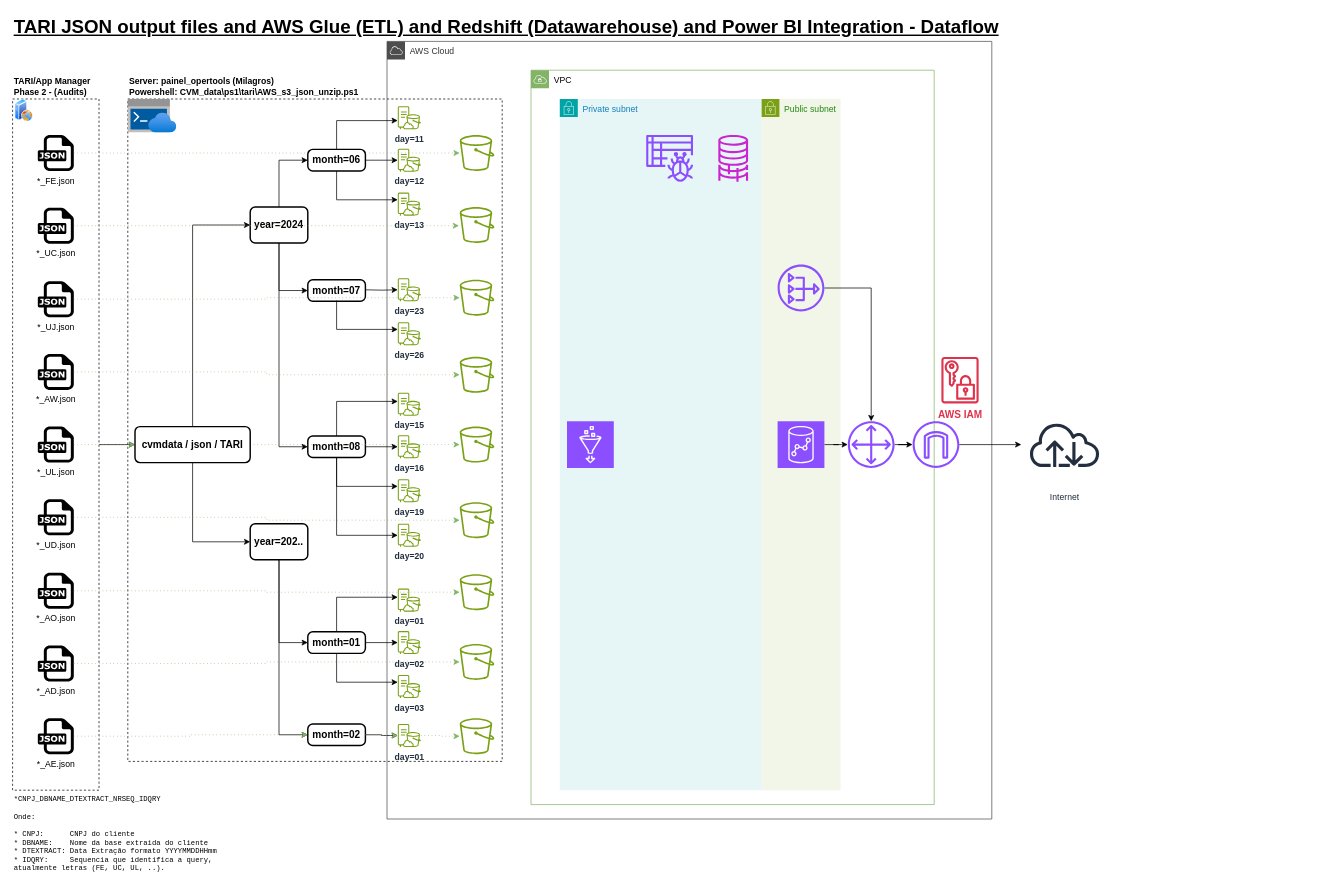
MarcosSoaresUnivali/Univali keeps this draw.io diagram as DATA_python/TARI AWS PBI Integration.drawio. Above is the earlier version. Source tidied: cells renumbered, new cells numbered last; positions are measured from the earlier drawing's top-left corner, leaving out a move shared by most shapes. Both pictures are drawn from the tidied source at 72%, with x=0, y=0 at pixel (12, 12). Pictures stored in the file or linked from it are replaced by grey dashed boxes.
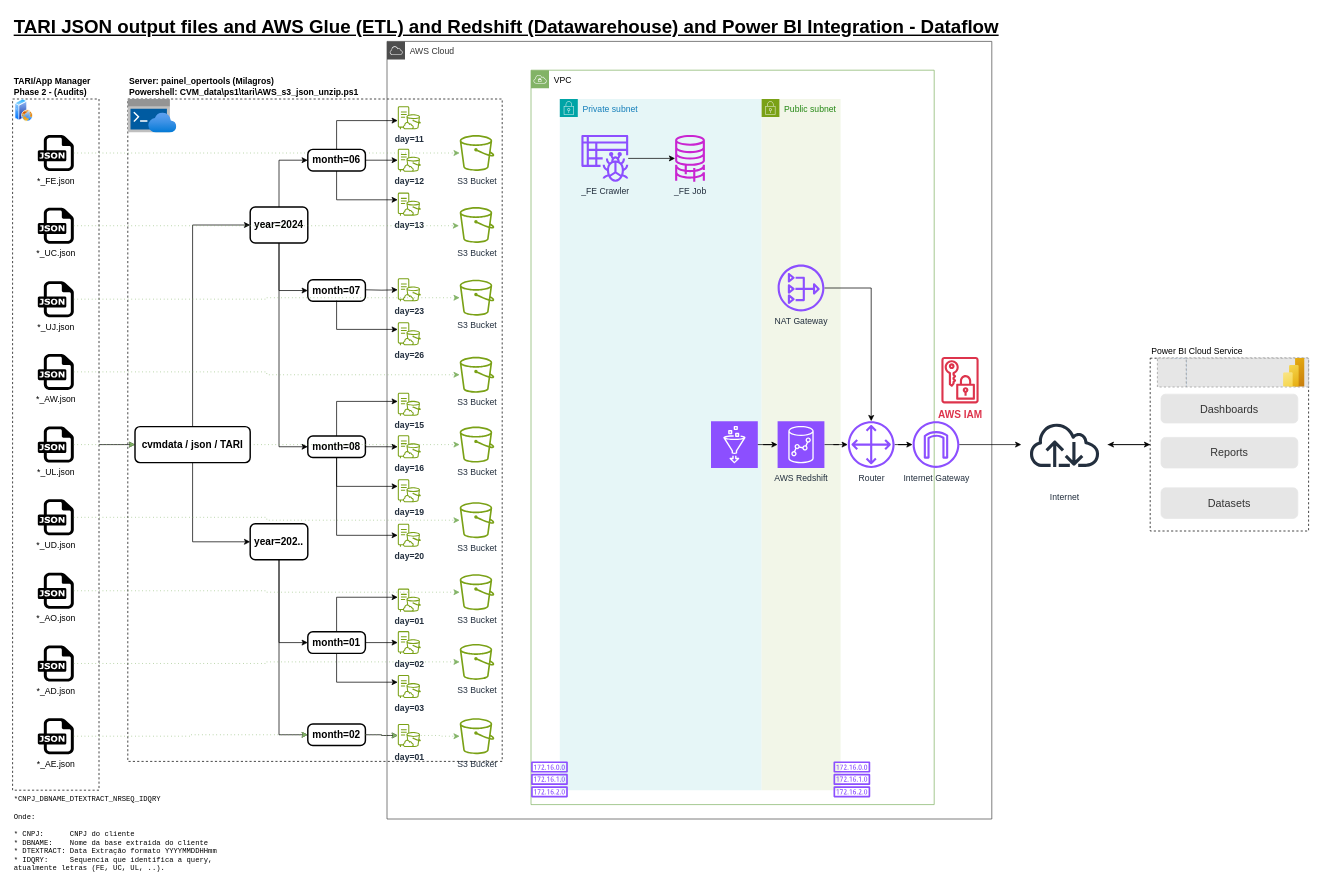
Above is the later version.

Unchanged cells that the change refers to:
```xml
<mxCell id="89" value="Private subnet" style="gradientColor=none;html=1;whiteSpace=wrap;fontSize=12;fontStyle=0;shape=mxgraph.aws4.group;grIcon=mxgraph.aws4.group_security_group;grStroke=0;strokeColor=#00A4A6;fillColor=#E6F6F7;verticalAlign=top;align=left;spacingLeft=30;fontColor=#147EBA;dashed=0;" parent="87" vertex="1">
  <mxGeometry x="760" y="120" width="280" height="960" as="geometry" />
</mxCell>
<mxCell id="101" value="Internet" style="sketch=0;outlineConnect=0;fontColor=#232F3E;gradientColor=none;strokeColor=#232F3E;fillColor=#ffffff;dashed=0;verticalLabelPosition=bottom;verticalAlign=top;align=center;html=1;fontSize=12;fontStyle=0;shape=mxgraph.aws4.resourceIcon;resIcon=mxgraph.aws4.internet;" parent="100" vertex="1">
  <mxGeometry x="1401" y="540" width="120" height="120" as="geometry" />
</mxCell>
```

The edit, as a diff of the source:
```diff
@@
-    <mxCell id="22" style="sketch=0;outlineConnect=0;fontColor=#232F3E;gradientColor=none;fillColor=#7AA116;strokeColor=none;dashed=0;verticalLabelPosition=bottom;verticalAlign=top;align=center;html=1;fontSize=12;fontStyle=0;shape=mxgraph.aws4.bucket;" parent="18" vertex="1">
+    <mxCell id="22" value="S3 Bucket" style="sketch=0;outlineConnect=0;fontColor=#232F3E;gradientColor=none;fillColor=#7AA116;strokeColor=none;dashed=0;verticalLabelPosition=bottom;verticalAlign=top;align=center;html=1;fontSize=12;fontStyle=0;shape=mxgraph.aws4.bucket;" parent="18" vertex="1">
       <mxGeometry x="620" y="170" width="50" height="50" as="geometry" />
     </mxCell>
@@
-    <mxCell id="44" style="sketch=0;fontColor=#232F3E;gradientColor=none;fillColor=#7AA116;strokeColor=none;dashed=0;verticalLabelPosition=bottom;verticalAlign=top;align=center;html=1;fontSize=12;fontStyle=0;shape=mxgraph.aws4.bucket;" parent="18" vertex="1">
+    <mxCell id="44" value="S3 Bucket" style="sketch=0;fontColor=#232F3E;gradientColor=none;fillColor=#7AA116;strokeColor=none;dashed=0;verticalLabelPosition=bottom;verticalAlign=top;align=center;html=1;fontSize=12;fontStyle=0;shape=mxgraph.aws4.bucket;" parent="18" vertex="1">
       <mxGeometry x="620" y="270" width="50" height="50" as="geometry" />
     </mxCell>
-    <mxCell id="45" style="sketch=0;outlineConnect=0;fontColor=#232F3E;gradientColor=none;fillColor=#7AA116;strokeColor=none;dashed=0;verticalLabelPosition=bottom;verticalAlign=top;align=center;html=1;fontSize=12;fontStyle=0;shape=mxgraph.aws4.bucket;" parent="18" vertex="1">
+    <mxCell id="45" value="S3 Bucket" style="sketch=0;outlineConnect=0;fontColor=#232F3E;gradientColor=none;fillColor=#7AA116;strokeColor=none;dashed=0;verticalLabelPosition=bottom;verticalAlign=top;align=center;html=1;fontSize=12;fontStyle=0;shape=mxgraph.aws4.bucket;" parent="18" vertex="1">
       <mxGeometry x="620" y="371" width="50" height="50" as="geometry" />
     </mxCell>
@@
-    <mxCell id="47" style="sketch=0;outlineConnect=0;fontColor=#232F3E;gradientColor=none;fillColor=#7AA116;strokeColor=none;dashed=0;verticalLabelPosition=bottom;verticalAlign=top;align=center;html=1;fontSize=12;fontStyle=0;shape=mxgraph.aws4.bucket;" parent="18" vertex="1">
+    <mxCell id="47" value="S3 Bucket" style="sketch=0;outlineConnect=0;fontColor=#232F3E;gradientColor=none;fillColor=#7AA116;strokeColor=none;dashed=0;verticalLabelPosition=bottom;verticalAlign=top;align=center;html=1;fontSize=12;fontStyle=0;shape=mxgraph.aws4.bucket;" parent="18" vertex="1">
       <mxGeometry x="620" y="478" width="50" height="50" as="geometry" />
     </mxCell>
@@
-    <mxCell id="58" style="sketch=0;outlineConnect=0;fontColor=#232F3E;gradientColor=none;fillColor=#7AA116;strokeColor=none;dashed=0;verticalLabelPosition=bottom;verticalAlign=top;align=center;html=1;fontSize=12;fontStyle=0;shape=mxgraph.aws4.bucket;" parent="18" vertex="1">
+    <mxCell id="58" value="S3 Bucket" style="sketch=0;outlineConnect=0;fontColor=#232F3E;gradientColor=none;fillColor=#7AA116;strokeColor=none;dashed=0;verticalLabelPosition=bottom;verticalAlign=top;align=center;html=1;fontSize=12;fontStyle=0;shape=mxgraph.aws4.bucket;" parent="18" vertex="1">
       <mxGeometry x="620" y="575" width="50" height="50" as="geometry" />
     </mxCell>
-    <mxCell id="59" style="sketch=0;outlineConnect=0;fontColor=#232F3E;gradientColor=none;fillColor=#7AA116;strokeColor=none;dashed=0;verticalLabelPosition=bottom;verticalAlign=top;align=center;html=1;fontSize=12;fontStyle=0;shape=mxgraph.aws4.bucket;" parent="18" vertex="1">
+    <mxCell id="59" value="S3 Bucket" style="sketch=0;outlineConnect=0;fontColor=#232F3E;gradientColor=none;fillColor=#7AA116;strokeColor=none;dashed=0;verticalLabelPosition=bottom;verticalAlign=top;align=center;html=1;fontSize=12;fontStyle=0;shape=mxgraph.aws4.bucket;" parent="18" vertex="1">
       <mxGeometry x="620" y="980" width="50" height="50" as="geometry" />
     </mxCell>
-    <mxCell id="60" style="sketch=0;outlineConnect=0;fontColor=#232F3E;gradientColor=none;fillColor=#7AA116;strokeColor=none;dashed=0;verticalLabelPosition=bottom;verticalAlign=top;align=center;html=1;fontSize=12;fontStyle=0;shape=mxgraph.aws4.bucket;" parent="18" vertex="1">
+    <mxCell id="60" value="S3 Bucket" style="sketch=0;outlineConnect=0;fontColor=#232F3E;gradientColor=none;fillColor=#7AA116;strokeColor=none;dashed=0;verticalLabelPosition=bottom;verticalAlign=top;align=center;html=1;fontSize=12;fontStyle=0;shape=mxgraph.aws4.bucket;" parent="18" vertex="1">
       <mxGeometry x="620" y="876.8" width="50" height="50" as="geometry" />
     </mxCell>
-    <mxCell id="61" style="sketch=0;outlineConnect=0;fontColor=#232F3E;gradientColor=none;fillColor=#7AA116;strokeColor=none;dashed=0;verticalLabelPosition=bottom;verticalAlign=top;align=center;html=1;fontSize=12;fontStyle=0;shape=mxgraph.aws4.bucket;" parent="18" vertex="1">
+    <mxCell id="61" value="S3 Bucket" style="sketch=0;outlineConnect=0;fontColor=#232F3E;gradientColor=none;fillColor=#7AA116;strokeColor=none;dashed=0;verticalLabelPosition=bottom;verticalAlign=top;align=center;html=1;fontSize=12;fontStyle=0;shape=mxgraph.aws4.bucket;" parent="18" vertex="1">
       <mxGeometry x="620" y="780" width="50" height="50" as="geometry" />
     </mxCell>
-    <mxCell id="62" style="sketch=0;outlineConnect=0;fontColor=#232F3E;gradientColor=none;fillColor=#7AA116;strokeColor=none;dashed=0;verticalLabelPosition=bottom;verticalAlign=top;align=center;html=1;fontSize=12;fontStyle=0;shape=mxgraph.aws4.bucket;" parent="18" vertex="1">
+    <mxCell id="62" value="S3 Bucket" style="sketch=0;outlineConnect=0;fontColor=#232F3E;gradientColor=none;fillColor=#7AA116;strokeColor=none;dashed=0;verticalLabelPosition=bottom;verticalAlign=top;align=center;html=1;fontSize=12;fontStyle=0;shape=mxgraph.aws4.bucket;" parent="18" vertex="1">
       <mxGeometry x="620" y="680" width="50" height="50" as="geometry" />
     </mxCell>
@@
     <mxCell id="90" style="sketch=0;points=[[0,0,0],[0.25,0,0],[0.5,0,0],[0.75,0,0],[1,0,0],[0,1,0],[0.25,1,0],[0.5,1,0],[0.75,1,0],[1,1,0],[0,0.25,0],[0,0.5,0],[0,0.75,0],[1,0.25,0],[1,0.5,0],[1,0.75,0]];outlineConnect=0;fontColor=#232F3E;fillColor=#8C4FFF;strokeColor=#ffffff;dashed=0;verticalLabelPosition=bottom;verticalAlign=top;align=center;html=1;fontSize=12;fontStyle=0;shape=mxgraph.aws4.resourceIcon;resIcon=mxgraph.aws4.glue;" parent="89" vertex="1">
-      <mxGeometry x="10" y="447.5" width="65" height="65" as="geometry" />
+      <mxGeometry x="210" y="447.5" width="65" height="65" as="geometry" />
     </mxCell>
+    <mxCell id="103" style="edgeStyle=orthogonalEdgeStyle;rounded=0;jettySize=auto;html=1;" parent="89" edge="1" source="91" target="92">
+      <mxGeometry relative="1" as="geometry" />
+    </mxCell>
-    <mxCell id="91" style="sketch=0;outlineConnect=0;fontColor=#232F3E;gradientColor=none;fillColor=#8C4FFF;strokeColor=none;dashed=0;verticalLabelPosition=bottom;verticalAlign=top;align=center;html=1;fontSize=12;fontStyle=0;shape=mxgraph.aws4.glue_crawlers;" parent="89" vertex="1">
-      <mxGeometry x="120" y="50" width="65" height="65" as="geometry" />
+    <mxCell id="91" value="_FE Crawler" style="sketch=0;outlineConnect=0;fontColor=#232F3E;gradientColor=none;fillColor=#8C4FFF;strokeColor=none;dashed=0;verticalLabelPosition=bottom;verticalAlign=top;align=center;html=1;fontSize=12;fontStyle=0;shape=mxgraph.aws4.glue_crawlers;" parent="89" vertex="1">
+      <mxGeometry x="30" y="50" width="65" height="65" as="geometry" />
     </mxCell>
-    <mxCell id="92" style="sketch=0;outlineConnect=0;fontColor=#232F3E;gradientColor=none;fillColor=#C925D1;strokeColor=none;dashed=0;verticalLabelPosition=bottom;verticalAlign=top;align=center;html=1;fontSize=12;fontStyle=0;shape=mxgraph.aws4.database_migration_workflow_job;" parent="89" vertex="1">
-      <mxGeometry x="220" y="50" width="41.7" height="65" as="geometry" />
+    <mxCell id="92" value="_FE &lt;span style=&quot;background-color: initial;&quot;&gt;Job&lt;/span&gt;" style="sketch=0;outlineConnect=0;fontColor=#232F3E;gradientColor=none;fillColor=#C925D1;strokeColor=none;dashed=0;verticalLabelPosition=bottom;verticalAlign=top;align=center;html=1;fontSize=12;fontStyle=0;shape=mxgraph.aws4.database_migration_workflow_job;" parent="89" vertex="1">
+      <mxGeometry x="160" y="50" width="41.7" height="65" as="geometry" />
     </mxCell>
@@
-    <mxCell id="94" style="sketch=0;points=[[0,0,0],[0.25,0,0],[0.5,0,0],[0.75,0,0],[1,0,0],[0,1,0],[0.25,1,0],[0.5,1,0],[0.75,1,0],[1,1,0],[0,0.25,0],[0,0.5,0],[0,0.75,0],[1,0.25,0],[1,0.5,0],[1,0.75,0]];outlineConnect=0;fontColor=#232F3E;fillColor=#8C4FFF;strokeColor=#ffffff;dashed=0;verticalLabelPosition=bottom;verticalAlign=top;align=center;html=1;fontSize=12;fontStyle=0;shape=mxgraph.aws4.resourceIcon;resIcon=mxgraph.aws4.redshift;" parent="87" vertex="1">
+    <mxCell id="94" value="AWS Redshift" style="sketch=0;points=[[0,0,0],[0.25,0,0],[0.5,0,0],[0.75,0,0],[1,0,0],[0,1,0],[0.25,1,0],[0.5,1,0],[0.75,1,0],[1,1,0],[0,0.25,0],[0,0.5,0],[0,0.75,0],[1,0.25,0],[1,0.5,0],[1,0.75,0]];outlineConnect=0;fontColor=#232F3E;fillColor=#8C4FFF;strokeColor=#ffffff;dashed=0;verticalLabelPosition=bottom;verticalAlign=top;align=center;html=1;fontSize=12;fontStyle=0;shape=mxgraph.aws4.resourceIcon;resIcon=mxgraph.aws4.redshift;" parent="87" vertex="1">
       <mxGeometry x="1062.5" y="567.5" width="65" height="65" as="geometry" />
     </mxCell>
@@
-    <mxCell id="96" style="sketch=0;outlineConnect=0;fontColor=#232F3E;gradientColor=none;fillColor=#8C4FFF;strokeColor=none;dashed=0;verticalLabelPosition=bottom;verticalAlign=top;align=center;html=1;fontSize=12;fontStyle=0;shape=mxgraph.aws4.nat_gateway;" parent="87" vertex="1">
+    <mxCell id="96" value="NAT Gateway" style="sketch=0;outlineConnect=0;fontColor=#232F3E;gradientColor=none;fillColor=#8C4FFF;strokeColor=none;dashed=0;verticalLabelPosition=bottom;verticalAlign=top;align=center;html=1;fontSize=12;fontStyle=0;shape=mxgraph.aws4.nat_gateway;" parent="87" vertex="1">
       <mxGeometry x="1062.5" y="350" width="65" height="65" as="geometry" />
     </mxCell>
@@
-    <mxCell id="98" style="sketch=0;outlineConnect=0;fontColor=#232F3E;gradientColor=none;fillColor=#8C4FFF;strokeColor=none;dashed=0;verticalLabelPosition=bottom;verticalAlign=top;align=center;html=1;fontSize=12;fontStyle=0;shape=mxgraph.aws4.customer_gateway;direction=south;" parent="87" vertex="1">
+    <mxCell id="98" value="Router" style="sketch=0;outlineConnect=0;fontColor=#232F3E;gradientColor=none;fillColor=#8C4FFF;strokeColor=none;dashed=0;verticalLabelPosition=bottom;verticalAlign=top;align=center;html=1;fontSize=12;fontStyle=0;shape=mxgraph.aws4.customer_gateway;direction=south;" parent="87" vertex="1">
       <mxGeometry x="1160" y="567.5" width="65" height="65" as="geometry" />
     </mxCell>
-    <mxCell id="99" style="sketch=0;outlineConnect=0;fontColor=#232F3E;gradientColor=none;fillColor=#8C4FFF;strokeColor=none;dashed=0;verticalLabelPosition=bottom;verticalAlign=top;align=center;html=1;fontSize=12;fontStyle=0;shape=mxgraph.aws4.internet_gateway;" parent="87" vertex="1">
+    <mxCell id="99" value="Internet Gateway" style="sketch=0;outlineConnect=0;fontColor=#232F3E;gradientColor=none;fillColor=#8C4FFF;strokeColor=none;dashed=0;verticalLabelPosition=bottom;verticalAlign=top;align=center;html=1;fontSize=12;fontStyle=0;shape=mxgraph.aws4.internet_gateway;" parent="87" vertex="1">
       <mxGeometry x="1250" y="567.5" width="65" height="65" as="geometry" />
     </mxCell>
+    <mxCell id="104" style="sketch=0;fontColor=#232F3E;gradientColor=none;fillColor=#8C4FFF;strokeColor=none;dashed=0;verticalLabelPosition=bottom;verticalAlign=top;align=center;html=1;fontSize=12;fontStyle=0;shape=mxgraph.aws4.route_table;" parent="87" vertex="1">
+      <mxGeometry x="1140" y="1040" width="51.3" height="50" as="geometry" />
+    </mxCell>
+    <mxCell id="105" style="sketch=0;fontColor=#232F3E;gradientColor=none;fillColor=#8C4FFF;strokeColor=none;dashed=0;verticalLabelPosition=bottom;verticalAlign=top;align=center;html=1;fontSize=12;fontStyle=0;shape=mxgraph.aws4.route_table;" parent="87" vertex="1">
+      <mxGeometry x="720" y="1040" width="51.3" height="50" as="geometry" />
+    </mxCell>
+    <mxCell id="106" style="edgeStyle=orthogonalEdgeStyle;rounded=0;jettySize=auto;html=1;entryX=0;entryY=0.5;entryDx=0;entryDy=0;entryPerimeter=0;" parent="87" edge="1" source="90" target="94">
+      <mxGeometry relative="1" as="geometry" />
+    </mxCell>
@@
+    <mxCell id="107" parent="0" />
+    <mxCell id="108" style="edgeStyle=orthogonalEdgeStyle;rounded=0;jettySize=auto;html=1;" parent="107" edge="1" source="109" target="101">
+      <mxGeometry relative="1" as="geometry" />
+    </mxCell>
+    <mxCell id="109" value="Power BI Cloud Service" style="rounded=0;whiteSpace=wrap;html=1;dashed=1;labelPosition=center;verticalLabelPosition=top;align=left;verticalAlign=bottom;" parent="107" vertex="1">
+      <mxGeometry x="1580" y="480" width="220" height="240" as="geometry" />
+    </mxCell>
+    <mxCell id="110" value="Reports" style="rounded=1;html=1;shadow=0;dashed=0;whiteSpace=wrap;fontSize=15;fillColor=#E6E6E6;align=center;strokeColor=#E6E6E6;fontColor=#333333;" parent="107" vertex="1">
+      <mxGeometry x="1595" y="590" width="190" height="42.5" as="geometry" />
+    </mxCell>
+    <mxCell id="111" style="fillColor=#E6E6E6;strokeColor=#999999;dashed=1;verticalLabelPosition=bottom;labelBackgroundColor=default;verticalAlign=top;" parent="107" vertex="1">
+      <mxGeometry x="1630" y="480" width="170" height="40" as="geometry" />
+    </mxCell>
+    <mxCell id="112" style="rounded=0;whiteSpace=wrap;html=1;strokeColor=none;fillColor=#6EADF3;" parent="107" vertex="1">
+      <mxGeometry x="1610" y="480" width="20" height="40" as="geometry" />
+    </mxCell>
+    <mxCell id="113" style="fillColor=#E6E6E6;strokeColor=#999999;dashed=1;verticalLabelPosition=bottom;labelBackgroundColor=default;verticalAlign=top;" parent="107" vertex="1">
+      <mxGeometry x="1590" y="480" width="40" height="40" as="geometry" />
+    </mxCell>
+    <mxCell id="114" style="image;html=1;align=center;fontSize=12;image=img/lib/azure2/analytics/Power_BI_Embedded.svg;" parent="107" vertex="1">
+      <mxGeometry x="1765" y="480" width="30" height="40" as="geometry" />
+    </mxCell>
+    <mxCell id="115" value="Dashboards" style="rounded=1;html=1;shadow=0;dashed=0;whiteSpace=wrap;fontSize=15;fillColor=#E6E6E6;align=center;strokeColor=#E6E6E6;fontColor=#333333;" parent="107" vertex="1">
+      <mxGeometry x="1595" y="530" width="190" height="40" as="geometry" />
+    </mxCell>
+    <mxCell id="116" value="Datasets" style="rounded=1;html=1;shadow=0;dashed=0;whiteSpace=wrap;fontSize=15;fillColor=#E6E6E6;align=center;strokeColor=#E6E6E6;fontColor=#333333;" parent="107" vertex="1">
+      <mxGeometry x="1595" y="660" width="190" height="42.5" as="geometry" />
+    </mxCell>
+    <mxCell id="117" style="edgeStyle=orthogonalEdgeStyle;rounded=0;jettySize=auto;html=1;entryX=0;entryY=0.5;entryDx=0;entryDy=0;" parent="107" edge="1" source="101" target="109">
+      <mxGeometry relative="1" as="geometry" />
+    </mxCell>
```
